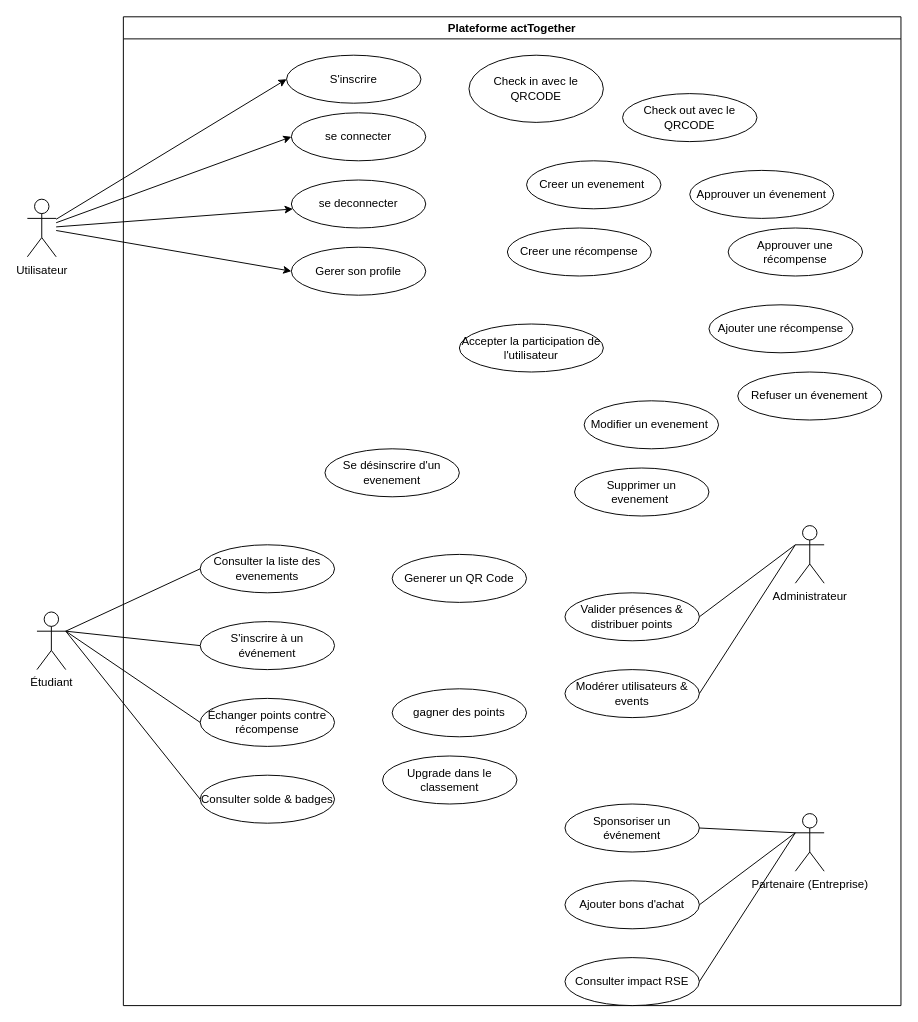
Earlier version of the draw.io diagram Diagrammes/UseCase.drawio (10LOKI/PFA). Source tidied: cells renumbered, new cells numbered last; positions are measured from the earlier drawing's top-left corner, leaving out a move shared by most shapes. Both pictures are drawn from the tidied source at 96%, with x=0, y=0 at pixel (27, 16).
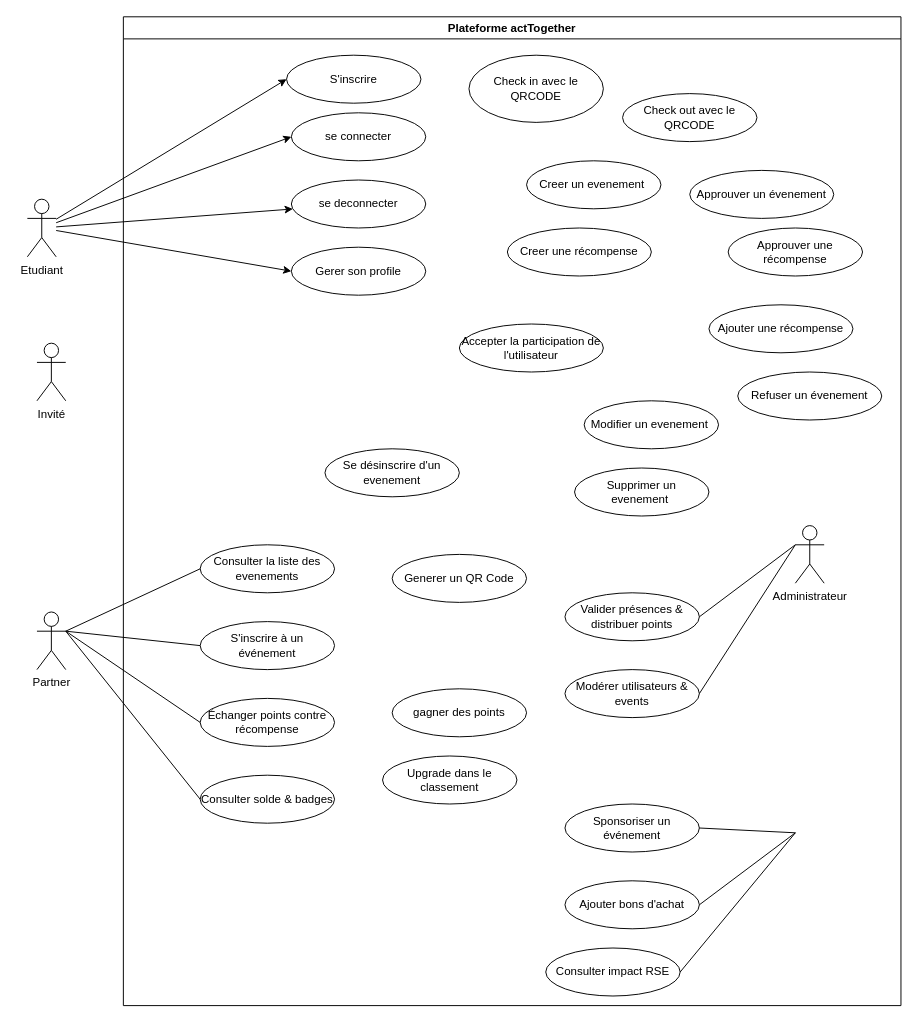
The same page after the edit.

Commit message (it also covers changes not shown here):
Fix : si l'etudiant est déja inscrit il le affiche

The change refers to these unchanged cells:
```xml
<mxCell id="2" value="Plateforme actTogether" style="swimlane;whiteSpace=wrap;html=1;startSize=23;" parent="1" vertex="1">
  <mxGeometry x="100" width="810" height="1030" as="geometry" />
</mxCell>
<mxCell id="10" value="Sponsoriser un événement" style="ellipse;whiteSpace=wrap;html=1;" parent="2" vertex="1">
  <mxGeometry x="460" y="820" width="140" height="50" as="geometry" />
</mxCell>
<mxCell id="11" value="Ajouter bons d'achat" style="ellipse;whiteSpace=wrap;html=1;" parent="2" vertex="1">
  <mxGeometry x="460" y="900" width="140" height="50" as="geometry" />
</mxCell>
```

What changed in the source:
```diff
@@
     <mxCell id="12" value="Consulter impact RSE" style="ellipse;whiteSpace=wrap;html=1;" parent="2" vertex="1">
-      <mxGeometry x="460" y="980" width="140" height="50" as="geometry" />
+      <mxGeometry x="440" y="970" width="140" height="50" as="geometry" />
     </mxCell>
-    <mxCell id="13" value="Partenaire (Entreprise)" style="shape=umlActor;verticalLabelPosition=bottom;verticalAlign=top;html=1;" parent="2" vertex="1">
-      <mxGeometry x="700" y="830" width="30" height="60" as="geometry" />
-    </mxCell>
-    <mxCell id="14" style="endArrow=none;html=1;exitX=0;exitY=0.333;exitDx=0;exitDy=0;exitPerimeter=0;entryX=1;entryY=0.5;entryDx=0;entryDy=0;" parent="2" edge="1" source="13" target="10">
-      <mxGeometry relative="1" as="geometry" />
+    <mxCell id="14" style="endArrow=none;html=1;exitX=0;exitY=0.333;exitDx=0;exitDy=0;exitPerimeter=0;entryX=1;entryY=0.5;entryDx=0;entryDy=0;" parent="2" edge="1" target="10">
+      <mxGeometry relative="1" as="geometry">
+        <mxPoint x="700" y="850" as="sourcePoint" />
+      </mxGeometry>
     </mxCell>
-    <mxCell id="15" style="endArrow=none;html=1;exitX=0;exitY=0.333;exitDx=0;exitDy=0;exitPerimeter=0;entryX=1;entryY=0.5;entryDx=0;entryDy=0;" parent="2" edge="1" source="13" target="11">
-      <mxGeometry relative="1" as="geometry" />
+    <mxCell id="15" style="endArrow=none;html=1;exitX=0;exitY=0.333;exitDx=0;exitDy=0;exitPerimeter=0;entryX=1;entryY=0.5;entryDx=0;entryDy=0;" parent="2" edge="1" target="11">
+      <mxGeometry relative="1" as="geometry">
+        <mxPoint x="700" y="850" as="sourcePoint" />
+      </mxGeometry>
     </mxCell>
-    <mxCell id="16" style="endArrow=none;html=1;exitX=0;exitY=0.333;exitDx=0;exitDy=0;exitPerimeter=0;entryX=1;entryY=0.5;entryDx=0;entryDy=0;" parent="2" edge="1" source="13" target="12">
-      <mxGeometry relative="1" as="geometry" />
+    <mxCell id="16" style="endArrow=none;html=1;exitX=0;exitY=0.333;exitDx=0;exitDy=0;exitPerimeter=0;entryX=1;entryY=0.5;entryDx=0;entryDy=0;" parent="2" edge="1" target="12">
+      <mxGeometry relative="1" as="geometry">
+        <mxPoint x="700" y="850" as="sourcePoint" />
+      </mxGeometry>
     </mxCell>
@@
-    <mxCell id="38" value="&lt;span style=&quot;color: rgb(0, 0, 0);&quot;&gt;Étudiant&lt;/span&gt;" style="shape=umlActor;verticalLabelPosition=bottom;verticalAlign=top;html=1;" parent="1" vertex="1">
+    <mxCell id="38" value="&lt;span style=&quot;color: rgb(0, 0, 0);&quot;&gt;Partner&lt;/span&gt;" style="shape=umlActor;verticalLabelPosition=bottom;verticalAlign=top;html=1;" parent="1" vertex="1">
       <mxGeometry x="10" y="620" width="30" height="60" as="geometry" />
     </mxCell>
@@
-    <mxCell id="47" value="&lt;span style=&quot;color: rgb(0, 0, 0);&quot;&gt;Utilisateur&lt;/span&gt;" style="shape=umlActor;verticalLabelPosition=bottom;verticalAlign=top;html=1;" parent="1" vertex="1">
+    <mxCell id="47" value="&lt;span style=&quot;color: rgb(0, 0, 0);&quot;&gt;Etudiant&lt;/span&gt;" style="shape=umlActor;verticalLabelPosition=bottom;verticalAlign=top;html=1;" parent="1" vertex="1">
       <mxGeometry y="190" width="30" height="60" as="geometry" />
     </mxCell>
+    <mxCell id="48" value="Invité" style="shape=umlActor;verticalLabelPosition=bottom;verticalAlign=top;html=1;" parent="1" vertex="1">
+      <mxGeometry x="10" y="340" width="30" height="60" as="geometry" />
+    </mxCell>
```
